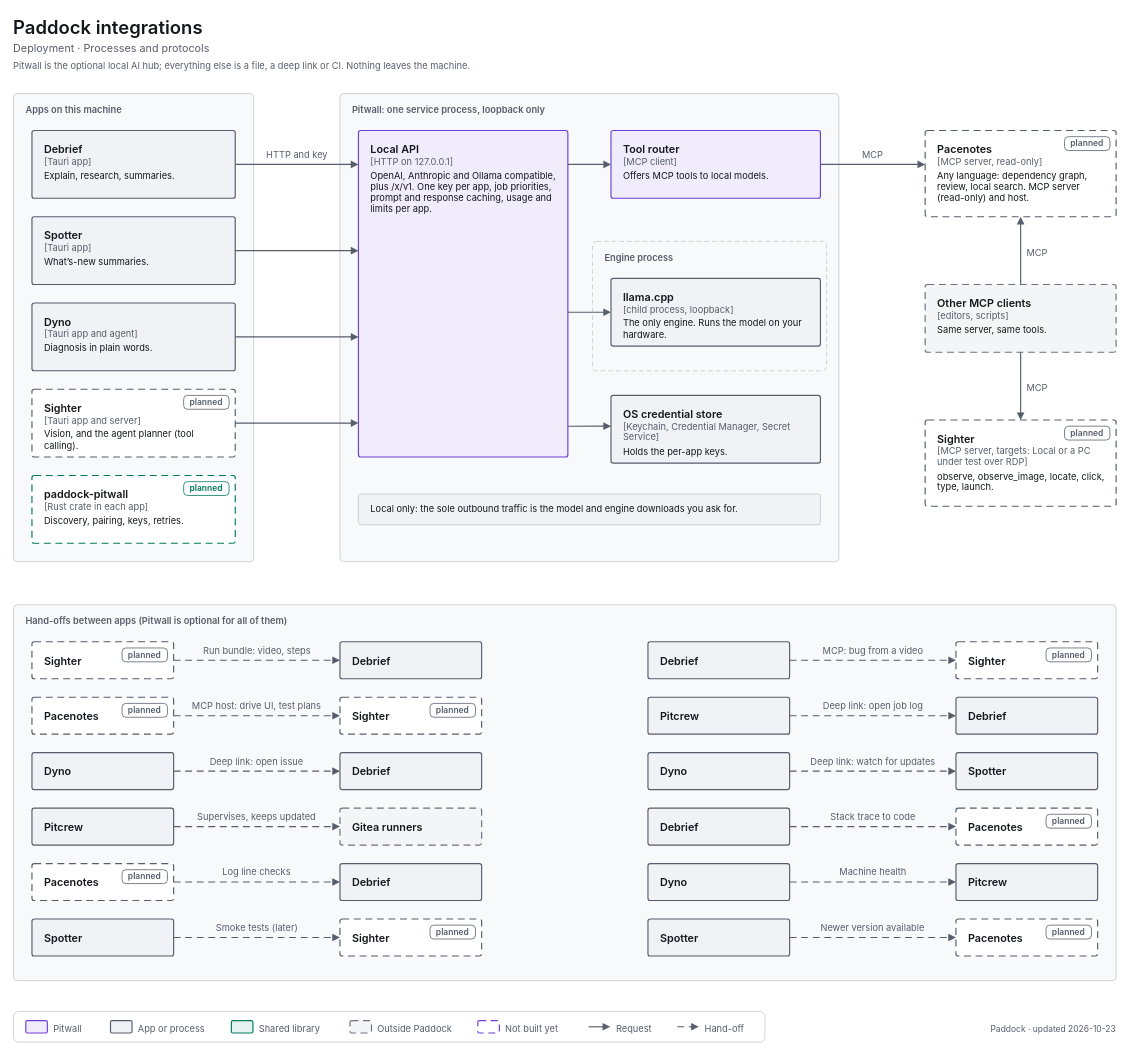
Before: docs/images/src/drawio/paddock-integrations.drawio in decryp7/paddock, a draw.io diagram. Source tidied: cells renumbered, new cells numbered last; positions are measured from the earlier drawing's top-left corner, leaving out a move shared by most shapes. Both pictures are drawn from the tidied source at 77%, with x=0, y=0 at pixel (13, 13).
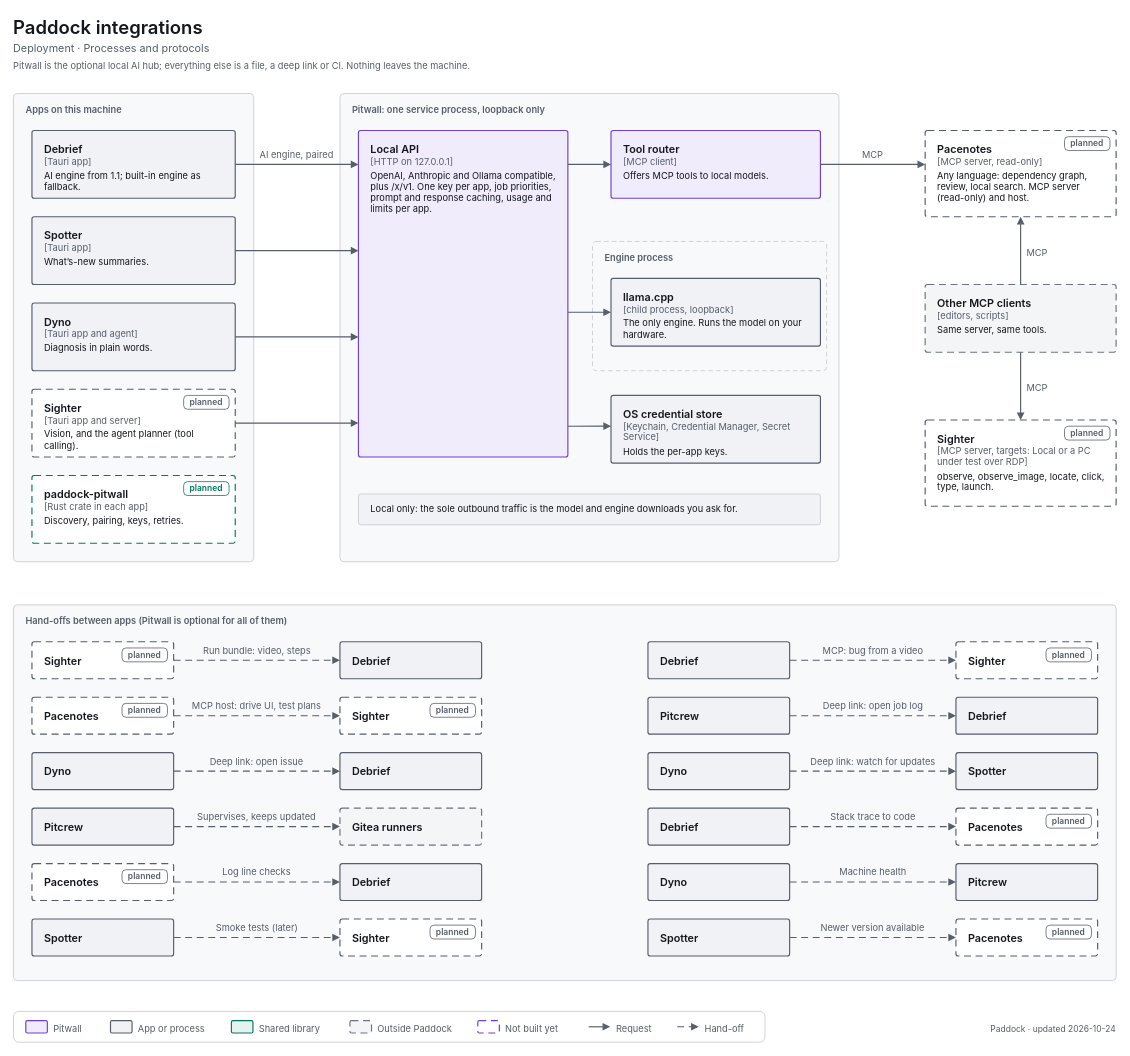
Above is the later version.

Diff of the diagram source:
```diff
@@
-    <mxCell id="6" value="&lt;span style=&quot;font-size:14px;font-weight:600&quot;&gt;Debrief&lt;/span&gt;&lt;br&gt;&lt;span style=&quot;font-size:12px;color:light-dark(#565E6B,#A0A7B2)&quot;&gt;[Tauri app]&lt;/span&gt;&lt;br&gt;&lt;div style=&quot;margin-top:4px;font-size:12px&quot;&gt;Explain, research, summaries.&lt;/div&gt;" style="html=1;whiteSpace=wrap;fontFamily=-apple-system,BlinkMacSystemFont,Segoe UI,system-ui,sans-serif;fontSize=12;fontColor=light-dark(#14171C,#ECEEF1);rounded=1;absoluteArcSize=1;arcSize=6;strokeWidth=1.5;strokeColor=light-dark(#565E6B,#A0A7B2);fillColor=light-dark(#F0F2F5,#1B1E23);align=left;verticalAlign=top;spacingLeft=14;spacingRight=14;spacingTop=10;spacingBottom=8;" parent="1" vertex="1">
+    <mxCell id="6" value="&lt;span style=&quot;font-size:14px;font-weight:600&quot;&gt;Debrief&lt;/span&gt;&lt;br&gt;&lt;span style=&quot;font-size:12px;color:light-dark(#565E6B,#A0A7B2)&quot;&gt;[Tauri app]&lt;/span&gt;&lt;br&gt;&lt;div style=&quot;margin-top:4px;font-size:12px&quot;&gt;AI engine from 1.1; built-in engine as fallback.&lt;/div&gt;" style="html=1;whiteSpace=wrap;fontFamily=-apple-system,BlinkMacSystemFont,Segoe UI,system-ui,sans-serif;fontSize=12;fontColor=light-dark(#14171C,#ECEEF1);rounded=1;absoluteArcSize=1;arcSize=6;strokeWidth=1.5;strokeColor=light-dark(#565E6B,#A0A7B2);fillColor=light-dark(#F0F2F5,#1B1E23);align=left;verticalAlign=top;spacingLeft=14;spacingRight=14;spacingTop=10;spacingBottom=8;" parent="1" vertex="1">
       <mxGeometry x="24" y="152" width="264" height="88" as="geometry" />
     </mxCell>
@@
-    <mxCell id="24" value="&lt;span style=&quot;font-size:12px;font-weight:400&quot;&gt;HTTP and key&lt;/span&gt;" style="html=1;whiteSpace=wrap;fontFamily=-apple-system,BlinkMacSystemFont,Segoe UI,system-ui,sans-serif;fontSize=12;fontColor=light-dark(#14171C,#ECEEF1);text;strokeColor=none;fillColor=none;align=center;verticalAlign=top;spacing=0;fontColor=light-dark(#565E6B,#A0A7B2);" parent="1" vertex="1">
-      <mxGeometry x="323" y="172" width="91" height="18" as="geometry" />
+    <mxCell id="24" value="&lt;span style=&quot;font-size:12px;font-weight:400&quot;&gt;AI engine, paired&lt;/span&gt;" style="html=1;whiteSpace=wrap;fontFamily=-apple-system,BlinkMacSystemFont,Segoe UI,system-ui,sans-serif;fontSize=12;fontColor=light-dark(#14171C,#ECEEF1);text;strokeColor=none;fillColor=none;align=center;verticalAlign=top;spacing=0;fontColor=light-dark(#565E6B,#A0A7B2);" parent="1" vertex="1">
+      <mxGeometry x="311" y="172" width="114" height="18" as="geometry" />
     </mxCell>
@@
-    <mxCell id="111" value="&lt;span style=&quot;font-size:11px;font-weight:400&quot;&gt;Paddock · updated 2026-10-23&lt;/span&gt;" style="html=1;whiteSpace=wrap;fontFamily=-apple-system,BlinkMacSystemFont,Segoe UI,system-ui,sans-serif;fontSize=12;fontColor=light-dark(#14171C,#ECEEF1);text;strokeColor=none;fillColor=none;align=right;verticalAlign=top;spacing=0;fontColor=light-dark(#565E6B,#A0A7B2);" parent="1" vertex="1">
+    <mxCell id="111" value="&lt;span style=&quot;font-size:11px;font-weight:400&quot;&gt;Paddock · updated 2026-10-24&lt;/span&gt;" style="html=1;whiteSpace=wrap;fontFamily=-apple-system,BlinkMacSystemFont,Segoe UI,system-ui,sans-serif;fontSize=12;fontColor=light-dark(#14171C,#ECEEF1);text;strokeColor=none;fillColor=none;align=right;verticalAlign=top;spacing=0;fontColor=light-dark(#565E6B,#A0A7B2);" parent="1" vertex="1">
       <mxGeometry x="1072" y="1307" width="360" height="18" as="geometry" />
     </mxCell>
```
